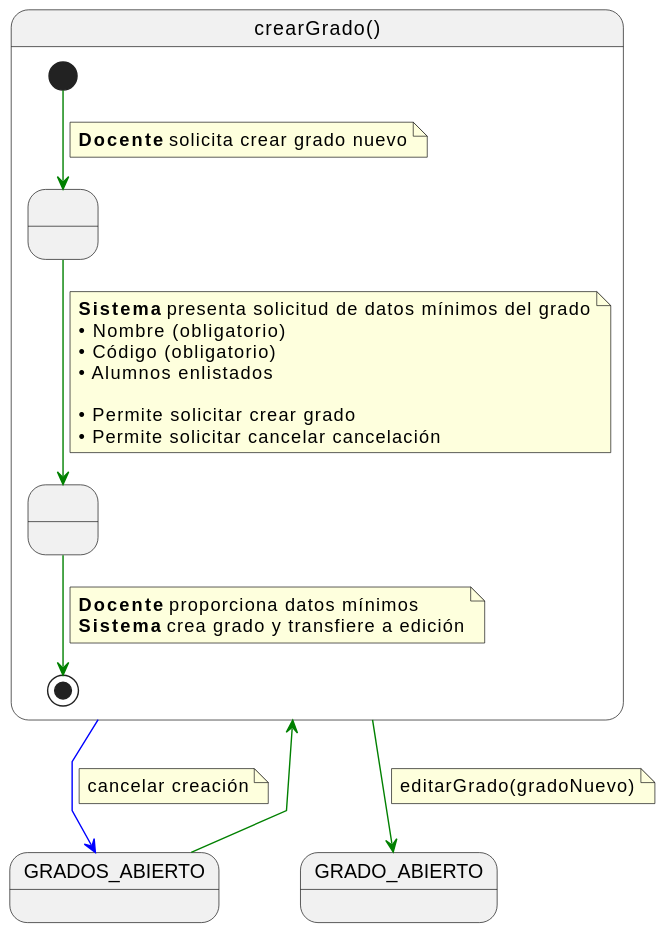
Before: documents/casos-de-uso/detalladoCasosDeUso/crearGrado/crearGrado.svg, a diagram exported from PlantUML (martinlopez7/25-26-IdSw1-SdR). Its diagram source:
```plantuml
@startuml
skinparam linetype polyline

state crearGrado as "crearGrado()" {

    state " " as SolicitandoDatosGrado
    state " " as CreandoGrado

    [*] -[#green]-> SolicitandoDatosGrado
    note on link
    <b>Docente</b> solicita crear grado nuevo
    end note

    SolicitandoDatosGrado -[#green]-> CreandoGrado
    note on link
    <b>Sistema</b> presenta solicitud de datos mínimos del grado
    • Nombre (obligatorio)
    • Código (obligatorio)
    • Alumnos enlistados

    • Permite solicitar crear grado
    • Permite solicitar cancelar cancelación
    end note

    CreandoGrado -[#green]-> [*]
    note on link
    <b>Docente</b> proporciona datos mínimos
    <b>Sistema</b> crea grado y transfiere a edición
    end note
}

GRADOS_ABIERTO -[#green]-> crearGrado

crearGrado -[#green]-> GRADO_ABIERTO
note on link
editarGrado(gradoNuevo)
end note

crearGrado -[#blue]-> GRADOS_ABIERTO
note on link
cancelar creación
end note
@enduml
```
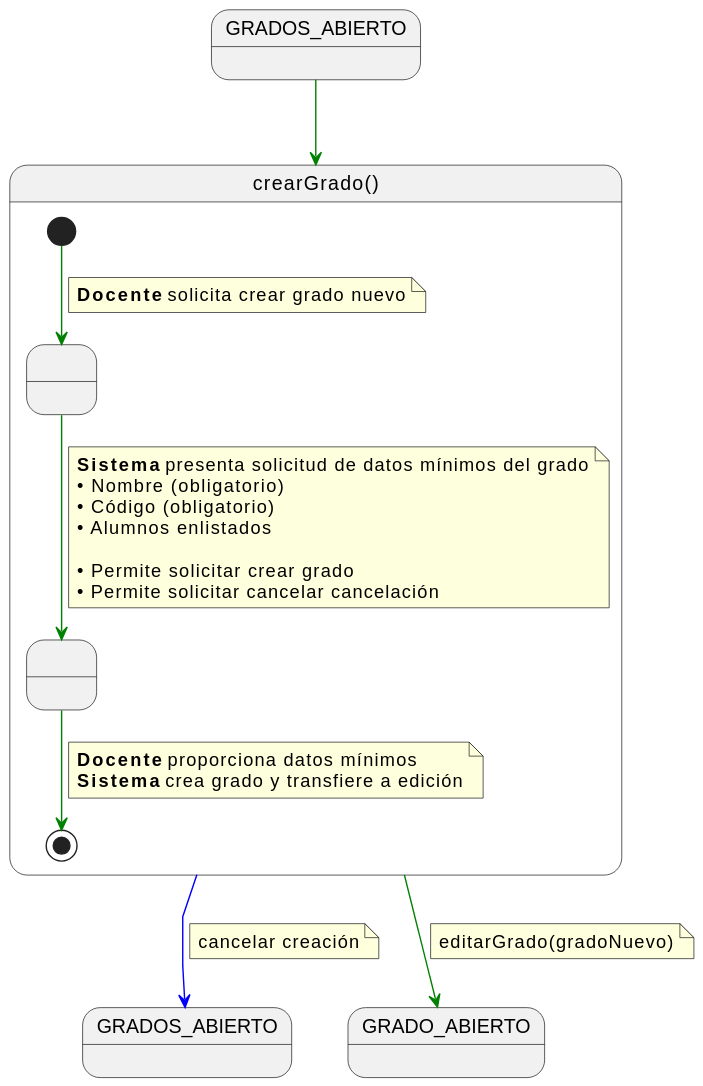
The same diagram one commit later.

Change to the diagram source:
```diff
@@ -1,5 +1,8 @@
 @startuml
 skinparam linetype polyline
+
+state GRADOS_ABIERTO
+state GRADOS_ABIERTO2 as "GRADOS_ABIERTO"
 
 state crearGrado as "crearGrado()" {
 
@@ -36,7 +39,7 @@
 editarGrado(gradoNuevo)
 end note
 
-crearGrado -[#blue]-> GRADOS_ABIERTO
+crearGrado -[#blue]-> GRADOS_ABIERTO2
 note on link
 cancelar creación
 end note
```
